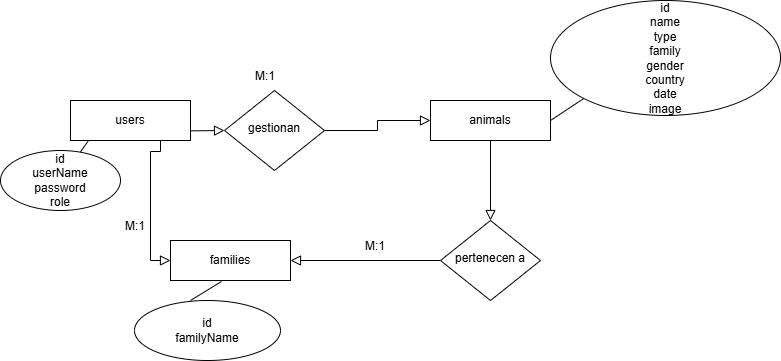
This is diagram/reserva_natural_diagrama_de_chen.drawio.png from Andreina2/springboot_reserva_natural, a draw.io export, as it was before one commit. Source tidied: cells renumbered, new cells last; positions are measured from the earlier drawing's top-left corner, leaving out a move shared by most shapes. Source of this version:
```xml
<mxGraphModel>
  <root>
    <mxCell id="0" />
    <mxCell id="1" parent="0" />
    <mxCell id="2" style="rounded=0;html=1;jettySize=auto;fontSize=11;endArrow=block;endFill=0;endSize=8;strokeWidth=1;shadow=0;labelBackgroundColor=none;edgeStyle=orthogonalEdgeStyle;" parent="1" edge="1" target="5">
      <mxGeometry relative="1" as="geometry">
        <mxPoint x="130" y="130" as="sourcePoint" />
      </mxGeometry>
    </mxCell>
    <mxCell id="3" style="rounded=0;html=1;jettySize=auto;fontSize=11;endArrow=block;endFill=0;endSize=8;strokeWidth=1;shadow=0;labelBackgroundColor=none;edgeStyle=orthogonalEdgeStyle;entryX=0.5;entryY=0;entryDx=0;entryDy=0;exitX=0.5;exitY=1;exitDx=0;exitDy=0;" parent="1" edge="1" source="9" target="7">
      <mxGeometry y="20" relative="1" as="geometry" />
    </mxCell>
    <mxCell id="4" style="edgeStyle=orthogonalEdgeStyle;rounded=0;html=1;jettySize=auto;fontSize=11;endArrow=block;endFill=0;endSize=8;strokeWidth=1;shadow=0;labelBackgroundColor=none;entryX=0;entryY=0.5;entryDx=0;entryDy=0;" parent="1" edge="1" source="5" target="9">
      <mxGeometry y="10" relative="1" as="geometry" />
    </mxCell>
    <mxCell id="5" value="gestionan" style="rhombus;whiteSpace=wrap;html=1;shadow=0;fontFamily=Helvetica;fontSize=12;align=center;strokeWidth=1;spacing=6;spacingTop=-4;" parent="1" vertex="1">
      <mxGeometry x="224" y="90" width="100" height="80" as="geometry" />
    </mxCell>
    <mxCell id="6" style="rounded=0;html=1;jettySize=auto;fontSize=11;endArrow=block;endFill=0;endSize=8;strokeWidth=1;shadow=0;labelBackgroundColor=none;edgeStyle=orthogonalEdgeStyle;entryX=1;entryY=0.5;entryDx=0;entryDy=0;" parent="1" edge="1" source="7" target="10">
      <mxGeometry x="0.33" y="20" relative="1" as="geometry" />
    </mxCell>
    <mxCell id="7" value="pertenecen a" style="rhombus;whiteSpace=wrap;html=1;shadow=0;fontFamily=Helvetica;fontSize=12;align=center;strokeWidth=1;spacing=6;spacingTop=-4;" parent="1" vertex="1">
      <mxGeometry x="440" y="220" width="100" height="80" as="geometry" />
    </mxCell>
    <mxCell id="8" value="users" style="rounded=0;whiteSpace=wrap;html=1;" parent="1" vertex="1">
      <mxGeometry x="70" y="100" width="120" height="40" as="geometry" />
    </mxCell>
    <mxCell id="9" value="animals" style="rounded=0;whiteSpace=wrap;html=1;" parent="1" vertex="1">
      <mxGeometry x="430" y="100" width="120" height="40" as="geometry" />
    </mxCell>
    <mxCell id="10" value="families" style="rounded=0;whiteSpace=wrap;html=1;" parent="1" vertex="1">
      <mxGeometry x="170" y="240" width="120" height="40" as="geometry" />
    </mxCell>
    <mxCell id="11" style="endArrow=none;html=1;rounded=0;exitX=0.15;exitY=1;exitDx=0;exitDy=0;exitPerimeter=0;" parent="1" edge="1" source="8" target="12">
      <mxGeometry relative="1" as="geometry" />
    </mxCell>
    <mxCell id="12" value="id&lt;br&gt;&lt;div&gt;userName&lt;/div&gt;&lt;div&gt;password&lt;/div&gt;&lt;div&gt;role&lt;/div&gt;" style="ellipse;whiteSpace=wrap;html=1;" parent="1" vertex="1">
      <mxGeometry y="150" width="120" height="60" as="geometry" />
    </mxCell>
    <mxCell id="13" value="&lt;font&gt;id&lt;/font&gt;&lt;div&gt;&lt;font&gt;name&lt;/font&gt;&lt;/div&gt;&lt;div&gt;&lt;font&gt;type&lt;/font&gt;&lt;/div&gt;&lt;div&gt;&lt;font&gt;family&lt;/font&gt;&lt;/div&gt;&lt;div&gt;&lt;font&gt;gender&lt;/font&gt;&lt;/div&gt;&lt;div&gt;&lt;font&gt;country&lt;/font&gt;&lt;/div&gt;&lt;div&gt;&lt;font&gt;date&lt;/font&gt;&lt;/div&gt;&lt;div&gt;&lt;font&gt;image&lt;/font&gt;&lt;/div&gt;" style="ellipse;whiteSpace=wrap;html=1;" parent="1" vertex="1">
      <mxGeometry x="550" width="230" height="115" as="geometry" />
    </mxCell>
    <mxCell id="14" style="endArrow=none;html=1;rounded=0;exitX=0;exitY=1;exitDx=0;exitDy=0;entryX=1;entryY=0.5;entryDx=0;entryDy=0;" parent="1" edge="1" source="13" target="9">
      <mxGeometry relative="1" as="geometry" />
    </mxCell>
    <mxCell id="15" style="endArrow=none;html=1;rounded=0;entryX=0.425;entryY=1.025;entryDx=0;entryDy=0;entryPerimeter=0;" parent="1" edge="1" target="10">
      <mxGeometry relative="1" as="geometry">
        <mxPoint x="190" y="300" as="sourcePoint" />
      </mxGeometry>
    </mxCell>
    <mxCell id="16" value="id&lt;div&gt;&lt;span style=&quot;background-color: transparent; color: light-dark(rgb(0, 0, 0), rgb(255, 255, 255));&quot;&gt;familyName&lt;/span&gt;&lt;/div&gt;" style="ellipse;whiteSpace=wrap;html=1;" parent="1" vertex="1">
      <mxGeometry x="134" y="300" width="146" height="60" as="geometry" />
    </mxCell>
    <mxCell id="17" value="M:1" style="shape=partialRectangle;overflow=hidden;fillColor=none;top=0;left=0;bottom=0;right=0;" parent="1" vertex="1">
      <mxGeometry x="250" y="60" width="30" height="30" as="geometry" />
    </mxCell>
    <mxCell id="18" value="M:1" style="shape=partialRectangle;overflow=hidden;fillColor=none;top=0;left=0;bottom=0;right=0;" parent="1" vertex="1">
      <mxGeometry x="360" y="230" width="30" height="30" as="geometry" />
    </mxCell>
    <mxCell id="19" style="edgeStyle=orthogonalEdgeStyle;rounded=0;html=1;jettySize=auto;fontSize=11;endArrow=block;endFill=0;endSize=8;strokeWidth=1;shadow=0;labelBackgroundColor=none;entryX=0;entryY=0.5;entryDx=0;entryDy=0;exitX=0.75;exitY=1;exitDx=0;exitDy=0;" parent="1" edge="1" source="8" target="10">
      <mxGeometry y="10" relative="1" as="geometry">
        <Array as="points">
          <mxPoint x="160" y="151" />
          <mxPoint x="150" y="151" />
          <mxPoint x="150" y="260" />
        </Array>
      </mxGeometry>
    </mxCell>
    <mxCell id="20" value="M:1" style="shape=partialRectangle;overflow=hidden;fillColor=none;top=0;left=0;bottom=0;right=0;" parent="1" vertex="1">
      <mxGeometry x="120" y="210" width="30" height="30" as="geometry" />
    </mxCell>
  </root>
</mxGraphModel>
```
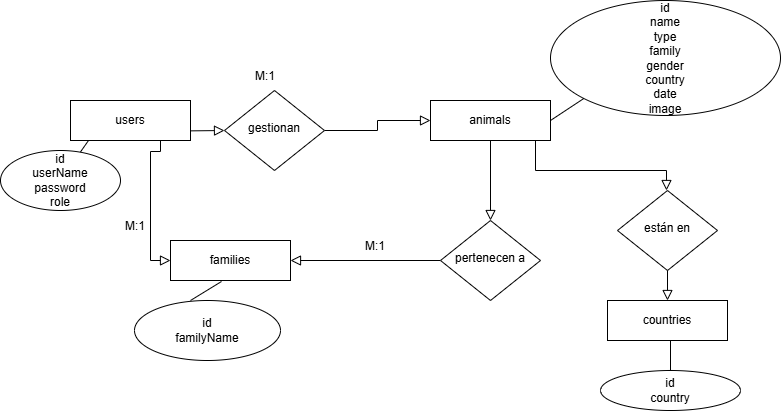
After the commit.

What changed in the source:
```diff
@@ -69,5 +69,32 @@
     <mxCell id="20" value="M:1" style="shape=partialRectangle;overflow=hidden;fillColor=none;top=0;left=0;bottom=0;right=0;" parent="1" vertex="1">
       <mxGeometry x="120" y="210" width="30" height="30" as="geometry" />
     </mxCell>
+    <mxCell id="21" value="countries" style="rounded=0;whiteSpace=wrap;html=1;" parent="1" vertex="1">
+      <mxGeometry x="607" y="300" width="120" height="40" as="geometry" />
+    </mxCell>
+    <mxCell id="22" style="rounded=0;html=1;jettySize=auto;orthogonalLoop=1;fontSize=11;endArrow=block;endFill=0;endSize=8;strokeWidth=1;shadow=0;labelBackgroundColor=none;edgeStyle=orthogonalEdgeStyle;" parent="1" edge="1">
+      <mxGeometry y="20" relative="1" as="geometry">
+        <mxPoint x="535" y="140" as="sourcePoint" />
+        <mxPoint x="666" y="190" as="targetPoint" />
+        <Array as="points">
+          <mxPoint x="535" y="170" />
+          <mxPoint x="666" y="170" />
+        </Array>
+      </mxGeometry>
+    </mxCell>
+    <mxCell id="23" value="están en" style="rhombus;whiteSpace=wrap;html=1;shadow=0;fontFamily=Helvetica;fontSize=12;align=center;strokeWidth=1;spacing=6;spacingTop=-4;" parent="1" vertex="1">
+      <mxGeometry x="617" y="190" width="100" height="80" as="geometry" />
+    </mxCell>
+    <mxCell id="24" style="rounded=0;html=1;jettySize=auto;fontSize=11;endArrow=block;endFill=0;endSize=8;strokeWidth=1;shadow=0;labelBackgroundColor=none;edgeStyle=orthogonalEdgeStyle;entryX=0.5;entryY=0;entryDx=0;entryDy=0;exitX=0.5;exitY=1;exitDx=0;exitDy=0;" parent="1" edge="1" source="23" target="21">
+      <mxGeometry y="20" relative="1" as="geometry" />
+    </mxCell>
+    <mxCell id="25" value="id&lt;div&gt;country&lt;/div&gt;" style="ellipse;whiteSpace=wrap;html=1;" parent="1" vertex="1">
+      <mxGeometry x="600" y="370" width="140" height="40" as="geometry" />
+    </mxCell>
+    <mxCell id="26" style="endArrow=none;html=1;rounded=0;exitX=0.5;exitY=0;exitDx=0;exitDy=0;" parent="1" edge="1" source="25">
+      <mxGeometry relative="1" as="geometry">
+        <mxPoint x="670" y="340" as="targetPoint" />
+      </mxGeometry>
+    </mxCell>
   </root>
 </mxGraphModel>
```
